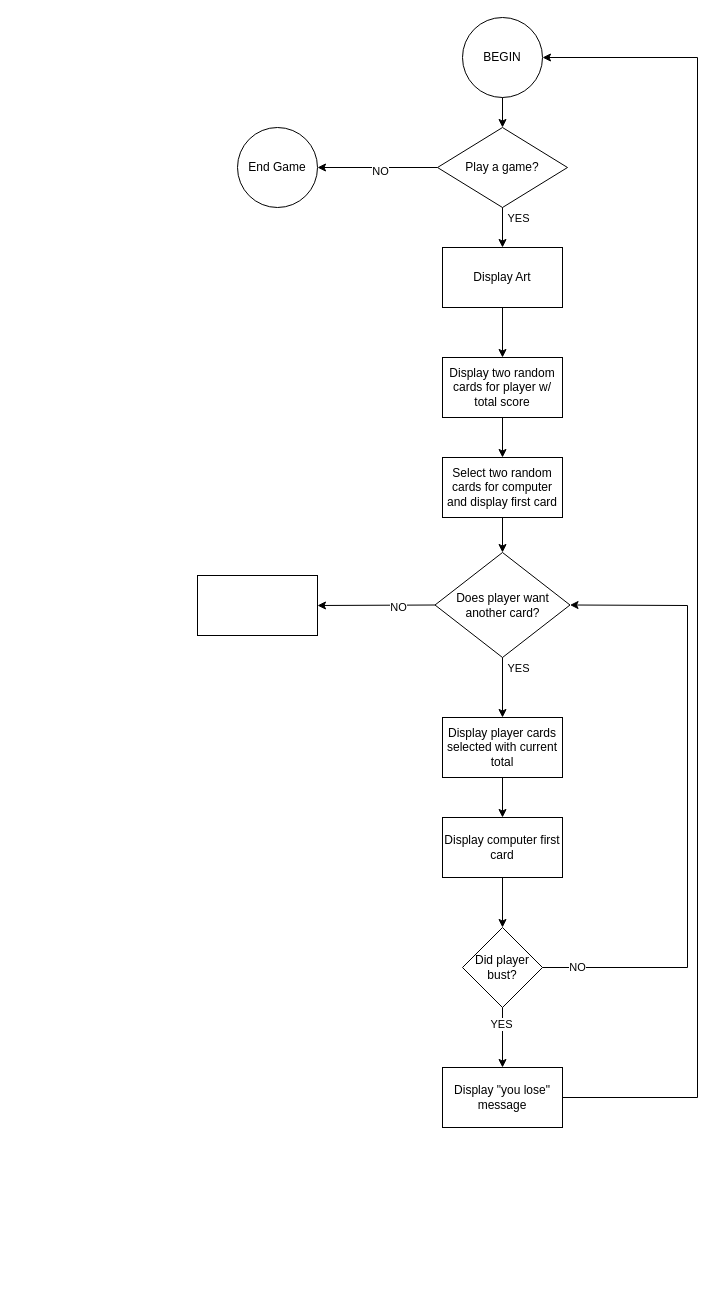
Above: Blackjack.drawio in SteveBergGitHub/Code-Samples (draw.io), before the change. Source tidied: cells renumbered, new cells numbered last; positions are measured from the earlier drawing's top-left corner, leaving out a move shared by most shapes. Both pictures are drawn from the tidied source at 100%, with x=0, y=0 at pixel (197, 17).
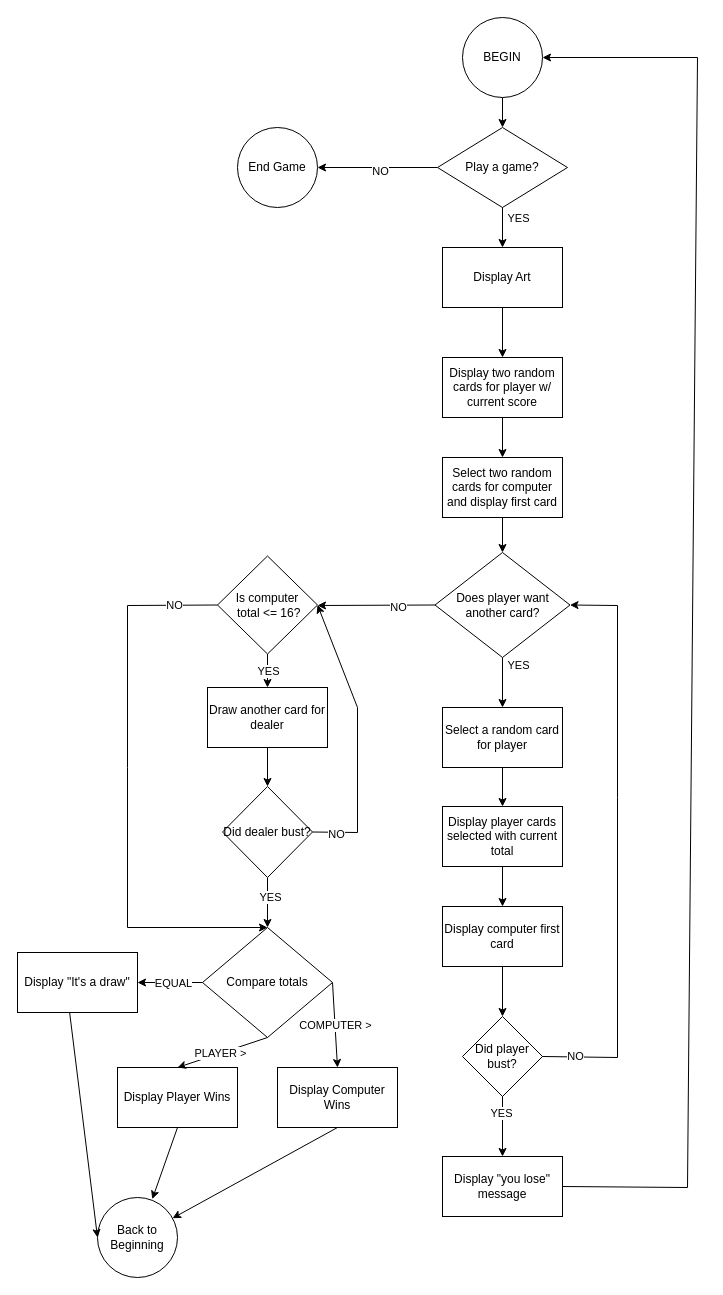
The same page after the edit.

Unchanged cells that the change refers to:
```xml
<mxCell id="6" value="Does player want another card?" style="rhombus;whiteSpace=wrap;html=1;" parent="1" vertex="1">
  <mxGeometry x="237.5" y="535" width="135" height="105" as="geometry" />
</mxCell>
<mxCell id="26" value="BEGIN" style="ellipse;whiteSpace=wrap;html=1;" parent="1" vertex="1">
  <mxGeometry x="265" width="80" height="80" as="geometry" />
</mxCell>
```

Diff of the diagram source:
```diff
@@
-    <mxCell id="4" value="&lt;div&gt;Display two random&lt;/div&gt;&lt;div&gt;cards for player w/ total score&lt;/div&gt;" style="rounded=0;whiteSpace=wrap;html=1;" parent="1" vertex="1">
+    <mxCell id="4" value="&lt;div&gt;Display two random&lt;/div&gt;&lt;div&gt;cards for player w/ current score&lt;/div&gt;" style="rounded=0;whiteSpace=wrap;html=1;" parent="1" vertex="1">
       <mxGeometry x="245" y="340" width="120" height="60" as="geometry" />
     </mxCell>
@@
     <mxCell id="14" value="Display player cards selected with current total" style="rounded=0;whiteSpace=wrap;html=1;" parent="1" vertex="1">
-      <mxGeometry x="245" y="700" width="120" height="60" as="geometry" />
+      <mxGeometry x="245" y="789" width="120" height="60" as="geometry" />
     </mxCell>
-    <mxCell id="15" style="endArrow=classic;html=1;rounded=0;entryX=0.5;entryY=0;entryDx=0;entryDy=0;exitX=0.5;exitY=1;exitDx=0;exitDy=0;" parent="1" edge="1" source="6" target="14">
+    <mxCell id="15" style="endArrow=classic;html=1;rounded=0;exitX=0.5;exitY=1;exitDx=0;exitDy=0;" parent="1" edge="1" source="6" target="33">
       <mxGeometry relative="1" as="geometry" />
     </mxCell>
@@
     <mxCell id="17" value="Display computer first card" style="rounded=0;whiteSpace=wrap;html=1;" parent="1" vertex="1">
-      <mxGeometry x="245" y="800" width="120" height="60" as="geometry" />
+      <mxGeometry x="245" y="889" width="120" height="60" as="geometry" />
     </mxCell>
     <mxCell id="18" value="Did player bust?" style="rhombus;whiteSpace=wrap;html=1;" parent="1" vertex="1">
-      <mxGeometry x="265" y="910" width="80" height="80" as="geometry" />
+      <mxGeometry x="265" y="999" width="80" height="80" as="geometry" />
     </mxCell>
@@
     <mxCell id="21" value="Display &quot;you lose&quot; message" style="rounded=0;whiteSpace=wrap;html=1;" parent="1" vertex="1">
-      <mxGeometry x="245" y="1050" width="120" height="60" as="geometry" />
+      <mxGeometry x="245" y="1139" width="120" height="60" as="geometry" />
     </mxCell>
@@
     <mxCell id="24" style="endArrow=classic;html=1;rounded=0;exitX=1;exitY=0.5;exitDx=0;exitDy=0;entryX=1;entryY=0.5;entryDx=0;entryDy=0;" parent="1" edge="1" source="18" target="6">
       <mxGeometry relative="1" as="geometry">
         <Array as="points">
-          <mxPoint x="490" y="950" />
-          <mxPoint x="490" y="588" />
+          <mxPoint x="420" y="1040" />
+          <mxPoint x="420" y="780" />
+          <mxPoint x="420" y="588" />
         </Array>
       </mxGeometry>
     </mxCell>
@@
     <mxCell id="27" style="endArrow=classic;html=1;rounded=0;exitX=1;exitY=0.5;exitDx=0;exitDy=0;entryX=1;entryY=0.5;entryDx=0;entryDy=0;" parent="1" edge="1" source="21" target="26">
       <mxGeometry relative="1" as="geometry">
         <Array as="points">
-          <mxPoint x="500" y="1080" />
+          <mxPoint x="490" y="1170" />
           <mxPoint x="500" y="40" />
         </Array>
       </mxGeometry>
     </mxCell>
@@
-    <mxCell id="30" style="rounded=0;whiteSpace=wrap;html=1;" parent="1" vertex="1">
-      <mxGeometry y="558" width="120" height="60" as="geometry" />
-    </mxCell>
-    <mxCell id="31" style="endArrow=classic;html=1;rounded=0;exitX=0;exitY=0.5;exitDx=0;exitDy=0;entryX=1;entryY=0.5;entryDx=0;entryDy=0;" parent="1" edge="1" source="6" target="30">
-      <mxGeometry relative="1" as="geometry" />
+    <mxCell id="31" style="endArrow=classic;html=1;rounded=0;exitX=0;exitY=0.5;exitDx=0;exitDy=0;entryX=1;entryY=0.5;entryDx=0;entryDy=0;" parent="1" edge="1" source="6">
+      <mxGeometry relative="1" as="geometry">
+        <mxPoint x="120" y="588" as="targetPoint" />
+      </mxGeometry>
     </mxCell>
@@
+    <mxCell id="33" value="Select a random card for player" style="rounded=0;whiteSpace=wrap;html=1;" parent="1" vertex="1">
+      <mxGeometry x="245" y="690" width="120" height="60" as="geometry" />
+    </mxCell>
+    <mxCell id="34" style="endArrow=classic;html=1;rounded=0;entryX=0.5;entryY=0;entryDx=0;entryDy=0;exitX=0.5;exitY=1;exitDx=0;exitDy=0;" parent="1" edge="1" source="33" target="14">
+      <mxGeometry relative="1" as="geometry" />
+    </mxCell>
+    <mxCell id="35" value="Draw another card for dealer" style="rounded=0;whiteSpace=wrap;html=1;" parent="1" vertex="1">
+      <mxGeometry x="10" y="670" width="120" height="60" as="geometry" />
+    </mxCell>
+    <mxCell id="36" value="&lt;div&gt;Is computer&lt;/div&gt;&lt;div&gt;&amp;nbsp;total &amp;lt;= 16?&lt;/div&gt;" style="rhombus;whiteSpace=wrap;html=1;" parent="1" vertex="1">
+      <mxGeometry x="20" y="538.5" width="100" height="98" as="geometry" />
+    </mxCell>
+    <mxCell id="37" style="endArrow=classic;html=1;rounded=0;exitX=0.5;exitY=1;exitDx=0;exitDy=0;entryX=0.5;entryY=0;entryDx=0;entryDy=0;" parent="1" edge="1" source="36" target="35">
+      <mxGeometry relative="1" as="geometry" />
+    </mxCell>
+    <mxCell id="38" value="YES" style="edgeLabel;html=1;align=center;verticalAlign=middle;" parent="37" vertex="1">
+      <mxGeometry x="0.03" relative="1" as="geometry" />
+    </mxCell>
+    <mxCell id="39" value="Did dealer bust?" style="rhombus;whiteSpace=wrap;html=1;" parent="1" vertex="1">
+      <mxGeometry x="25" y="769" width="90" height="91" as="geometry" />
+    </mxCell>
+    <mxCell id="40" style="endArrow=classic;html=1;rounded=0;exitX=0.5;exitY=1;exitDx=0;exitDy=0;entryX=0.5;entryY=0;entryDx=0;entryDy=0;" parent="1" edge="1" source="35" target="39">
+      <mxGeometry relative="1" as="geometry" />
+    </mxCell>
+    <mxCell id="41" style="endArrow=classic;html=1;rounded=0;exitX=1;exitY=0.5;exitDx=0;exitDy=0;entryX=1;entryY=0.5;entryDx=0;entryDy=0;" parent="1" edge="1" source="39" target="36">
+      <mxGeometry relative="1" as="geometry">
+        <Array as="points">
+          <mxPoint x="160" y="815" />
+          <mxPoint x="160" y="690" />
+        </Array>
+      </mxGeometry>
+    </mxCell>
+    <mxCell id="42" value="NO" style="edgeLabel;html=1;align=center;verticalAlign=middle;" parent="41" vertex="1">
+      <mxGeometry x="-0.83" y="-2" relative="1" as="geometry" />
+    </mxCell>
+    <mxCell id="43" value="Compare totals" style="rhombus;whiteSpace=wrap;html=1;" parent="1" vertex="1">
+      <mxGeometry x="5" y="910" width="130" height="110" as="geometry" />
+    </mxCell>
+    <mxCell id="44" style="endArrow=classic;html=1;rounded=0;exitX=0.5;exitY=1;exitDx=0;exitDy=0;entryX=0.5;entryY=0;entryDx=0;entryDy=0;" parent="1" edge="1" source="39" target="43">
+      <mxGeometry relative="1" as="geometry" />
+    </mxCell>
+    <mxCell id="45" value="YES" style="edgeLabel;html=1;align=center;verticalAlign=middle;" parent="44" vertex="1">
+      <mxGeometry x="-0.24" y="2" relative="1" as="geometry" />
+    </mxCell>
+    <mxCell id="46" value="Display &quot;It's a draw&quot;" style="rounded=0;whiteSpace=wrap;html=1;" parent="1" vertex="1">
+      <mxGeometry x="-180" y="935" width="120" height="60" as="geometry" />
+    </mxCell>
+    <mxCell id="47" style="endArrow=classic;html=1;rounded=0;exitX=0;exitY=0.5;exitDx=0;exitDy=0;entryX=1;entryY=0.5;entryDx=0;entryDy=0;" parent="1" edge="1" source="43" target="46">
+      <mxGeometry relative="1" as="geometry" />
+    </mxCell>
+    <mxCell id="48" value="EQUAL" style="edgeLabel;html=1;align=center;verticalAlign=middle;" parent="47" vertex="1">
+      <mxGeometry x="-0.07" relative="1" as="geometry" />
+    </mxCell>
+    <mxCell id="49" value="Display Player Wins" style="rounded=0;whiteSpace=wrap;html=1;" parent="1" vertex="1">
+      <mxGeometry x="-80" y="1050" width="120" height="60" as="geometry" />
+    </mxCell>
+    <mxCell id="50" style="endArrow=classic;html=1;rounded=0;exitX=0.5;exitY=1;exitDx=0;exitDy=0;entryX=0.5;entryY=0;entryDx=0;entryDy=0;" parent="1" edge="1" source="43" target="49">
+      <mxGeometry relative="1" as="geometry" />
+    </mxCell>
+    <mxCell id="51" value="PLAYER &amp;gt;" style="edgeLabel;html=1;align=center;verticalAlign=middle;" parent="50" vertex="1">
+      <mxGeometry x="0.05" relative="1" as="geometry" />
+    </mxCell>
+    <mxCell id="52" value="Display Computer Wins" style="rounded=0;whiteSpace=wrap;html=1;" parent="1" vertex="1">
+      <mxGeometry x="80" y="1050" width="120" height="60" as="geometry" />
+    </mxCell>
+    <mxCell id="53" style="endArrow=classic;html=1;rounded=0;exitX=1;exitY=0.5;exitDx=0;exitDy=0;" parent="1" edge="1" source="43">
+      <mxGeometry relative="1" as="geometry">
+        <mxPoint x="140" y="1050" as="targetPoint" />
+      </mxGeometry>
+    </mxCell>
+    <mxCell id="54" value="COMPUTER &amp;gt;" style="edgeLabel;html=1;align=center;verticalAlign=middle;" parent="53" vertex="1">
+      <mxGeometry x="0.02" relative="1" as="geometry" />
+    </mxCell>
+    <mxCell id="55" style="endArrow=classic;html=1;rounded=0;exitX=0;exitY=0.5;exitDx=0;exitDy=0;entryX=0.5;entryY=0;entryDx=0;entryDy=0;" parent="1" edge="1" source="36" target="43">
+      <mxGeometry relative="1" as="geometry">
+        <Array as="points">
+          <mxPoint x="-70" y="588" />
+          <mxPoint x="-70" y="750" />
+          <mxPoint x="-70" y="910" />
+        </Array>
+      </mxGeometry>
+    </mxCell>
+    <mxCell id="56" value="NO" style="edgeLabel;html=1;align=center;verticalAlign=middle;" parent="55" vertex="1">
+      <mxGeometry x="-0.84" relative="1" as="geometry" />
+    </mxCell>
+    <mxCell id="57" value="Back to Beginning" style="ellipse;whiteSpace=wrap;html=1;" parent="1" vertex="1">
+      <mxGeometry x="-100" y="1180" width="80" height="80" as="geometry" />
+    </mxCell>
+    <mxCell id="58" style="endArrow=classic;html=1;rounded=0;exitX=0.435;exitY=1.008;exitDx=0;exitDy=0;exitPerimeter=0;entryX=0;entryY=0.5;entryDx=0;entryDy=0;" parent="1" edge="1" source="46" target="57">
+      <mxGeometry relative="1" as="geometry" />
+    </mxCell>
+    <mxCell id="59" style="endArrow=classic;html=1;rounded=0;exitX=0.5;exitY=1;exitDx=0;exitDy=0;entryX=0.685;entryY=0.02;entryDx=0;entryDy=0;entryPerimeter=0;" parent="1" edge="1" source="49" target="57">
+      <mxGeometry relative="1" as="geometry" />
+    </mxCell>
+    <mxCell id="60" style="endArrow=classic;html=1;rounded=0;exitX=0.5;exitY=1;exitDx=0;exitDy=0;" parent="1" edge="1" source="52" target="57">
+      <mxGeometry relative="1" as="geometry" />
+    </mxCell>
```
